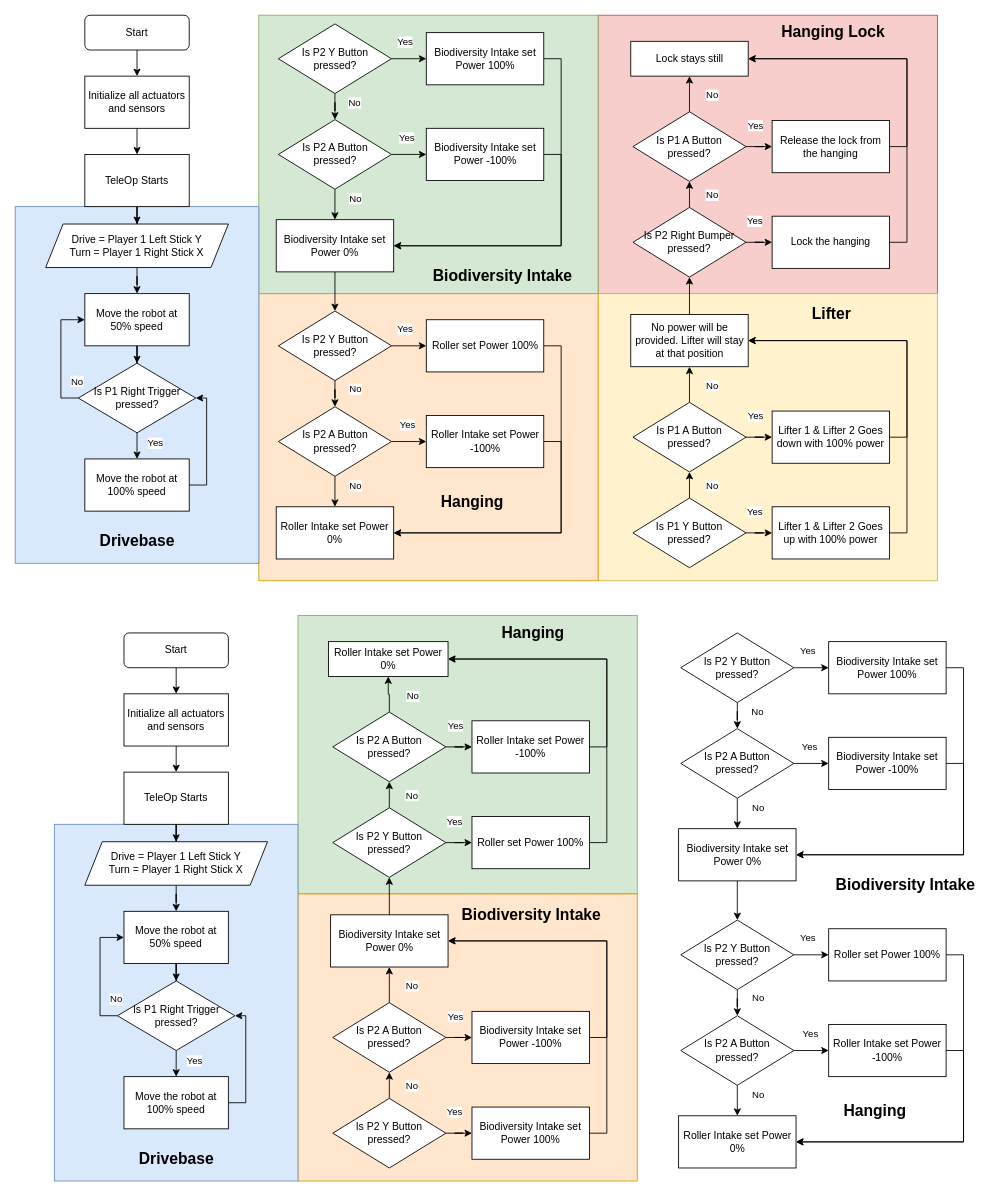
The draw.io diagram Untitled Diagram.drawio in CoderAhza/FTC-FGC, before the edit. Source tidied: cells renumbered, new cells numbered last; positions are measured from the earlier drawing's top-left corner, leaving out a move shared by most shapes. Both pictures are drawn from the tidied source at 87%, with x=0, y=0 at pixel (15, 15).
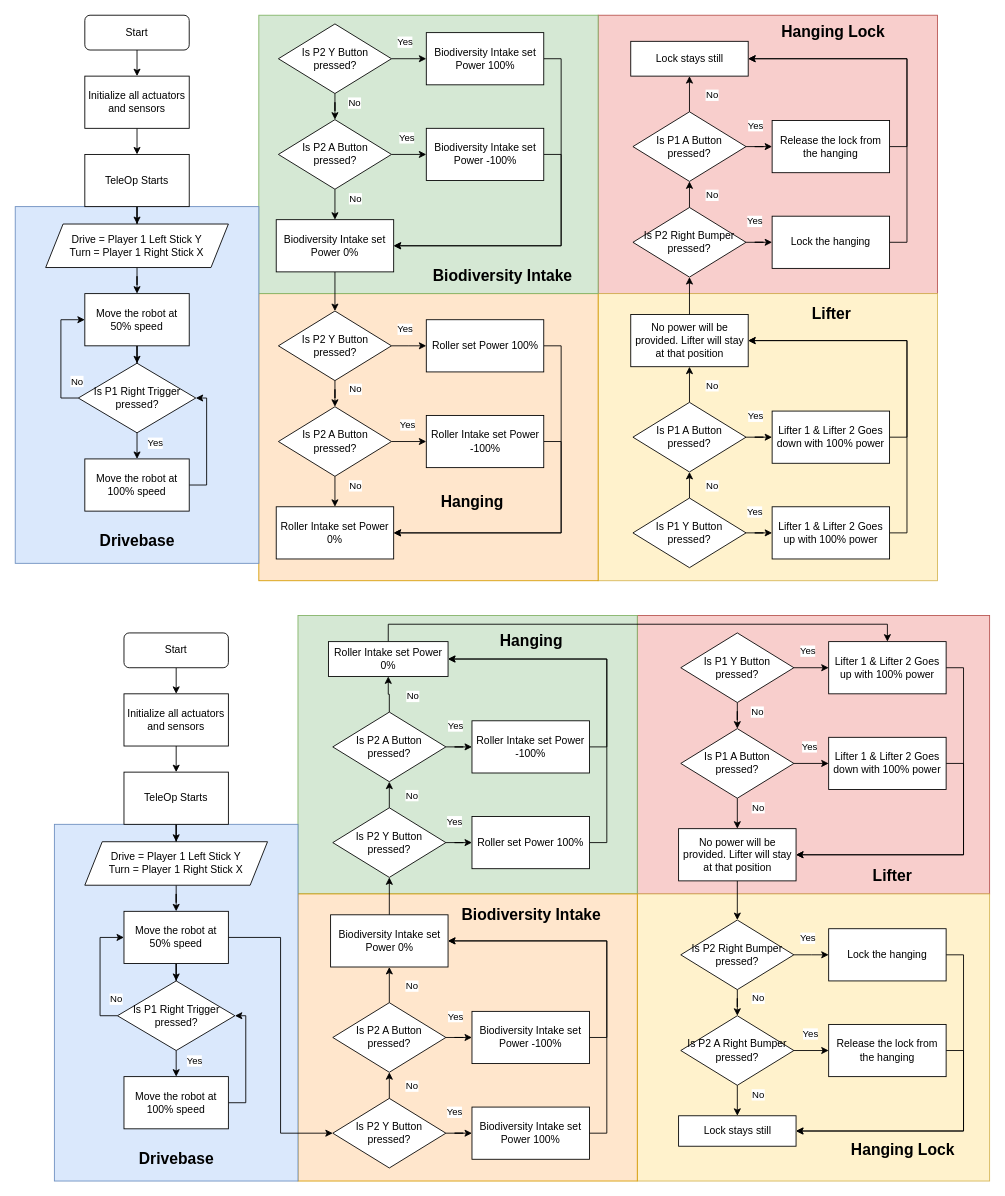
The same page after the edit.

Unchanged cells that the change refers to:
```xml
<mxCell id="104" value="Move the robot at 50% speed" style="rounded=0;whiteSpace=wrap;html=1;" parent="1" vertex="1">
  <mxGeometry x="125" y="1030" width="120" height="60" as="geometry" />
</mxCell>
<mxCell id="117" value="Is P2 Y Button pressed?" style="rhombus;whiteSpace=wrap;html=1;" parent="1" vertex="1">
  <mxGeometry x="365" y="1245" width="130" height="80" as="geometry" />
</mxCell>
<mxCell id="144" value="Roller Intake set Power 0%" style="rounded=0;whiteSpace=wrap;html=1;" parent="1" vertex="1">
  <mxGeometry x="360" y="720" width="137.5" height="40" as="geometry" />
</mxCell>
```

Change to the diagram source:
```diff
@@
+    <mxCell id="180" style="rounded=0;whiteSpace=wrap;html=1;fillColor=#f8cecc;strokeColor=#b85450;" parent="1" vertex="1">
+      <mxGeometry x="715" y="690" width="405" height="320" as="geometry" />
+    </mxCell>
+    <mxCell id="181" style="rounded=0;whiteSpace=wrap;html=1;fillColor=#fff2cc;strokeColor=#d6b656;" parent="1" vertex="1">
+      <mxGeometry x="715" y="1010" width="405" height="330" as="geometry" />
+    </mxCell>
@@
+    <mxCell id="182" style="edgeStyle=orthogonalEdgeStyle;rounded=0;jettySize=auto;html=1;exitX=1;exitY=0.5;exitDx=0;exitDy=0;entryX=0;entryY=0.5;entryDx=0;entryDy=0;" parent="1" edge="1" source="104" target="117">
+      <mxGeometry relative="1" as="geometry" />
+    </mxCell>
@@
+    <mxCell id="183" style="edgeStyle=orthogonalEdgeStyle;rounded=0;jettySize=auto;html=1;exitX=0.5;exitY=0;exitDx=0;exitDy=0;entryX=0.5;entryY=0;entryDx=0;entryDy=0;" parent="1" edge="1" source="144" target="159">
+      <mxGeometry relative="1" as="geometry" />
+    </mxCell>
@@
     <mxCell id="145" value="&lt;span style=&quot;font-size: 18px;&quot;&gt;&lt;b&gt;Hanging&lt;/b&gt;&lt;/span&gt;" style="text;html=1;align=center;verticalAlign=middle;strokeColor=none;fillColor=none;" parent="1" vertex="1">
-      <mxGeometry x="545" y="690" width="100" height="40" as="geometry" />
+      <mxGeometry x="542.5" y="700" width="100" height="40" as="geometry" />
     </mxCell>
@@
-    <mxCell id="150" value="Is P2 Y Button pressed?" style="rhombus;whiteSpace=wrap;html=1;" parent="1" vertex="1">
+    <mxCell id="150" value="Is P1 Y Button pressed?" style="rhombus;whiteSpace=wrap;html=1;" parent="1" vertex="1">
       <mxGeometry x="765" y="710" width="130" height="80" as="geometry" />
     </mxCell>
@@
-    <mxCell id="155" value="Is P2 A Button pressed?" style="rhombus;whiteSpace=wrap;html=1;" parent="1" vertex="1">
+    <mxCell id="155" value="Is P1 A Button pressed?" style="rhombus;whiteSpace=wrap;html=1;" parent="1" vertex="1">
       <mxGeometry x="765" y="820" width="130" height="80" as="geometry" />
     </mxCell>
@@
-    <mxCell id="157" value="Biodiversity Intake set Power 0%" style="rounded=0;whiteSpace=wrap;html=1;" parent="1" vertex="1">
+    <mxCell id="157" value="No power will be provided. Lifter will stay at that position" style="rounded=0;whiteSpace=wrap;html=1;" parent="1" vertex="1">
       <mxGeometry x="762.5" y="935" width="135" height="60" as="geometry" />
     </mxCell>
@@
-    <mxCell id="159" value="Biodiversity Intake set Power 100%" style="rounded=0;whiteSpace=wrap;html=1;" parent="1" vertex="1">
+    <mxCell id="159" value="Lifter 1 &amp;amp; Lifter 2 Goes up with 100% power" style="rounded=0;whiteSpace=wrap;html=1;" parent="1" vertex="1">
       <mxGeometry x="935" y="720" width="135" height="60" as="geometry" />
     </mxCell>
@@
-    <mxCell id="161" value="Biodiversity Intake set Power -100%" style="rounded=0;whiteSpace=wrap;html=1;" parent="1" vertex="1">
+    <mxCell id="161" value="Lifter 1 &amp;amp; Lifter 2 Goes down with 100% power" style="rounded=0;whiteSpace=wrap;html=1;" parent="1" vertex="1">
       <mxGeometry x="935" y="830" width="135" height="60" as="geometry" />
     </mxCell>
@@
-    <mxCell id="166" value="Is P2 Y Button pressed?" style="rhombus;whiteSpace=wrap;html=1;" parent="1" vertex="1">
+    <mxCell id="166" value="Is P2 Right Bumper pressed?" style="rhombus;whiteSpace=wrap;html=1;" parent="1" vertex="1">
       <mxGeometry x="765" y="1040" width="130" height="80" as="geometry" />
     </mxCell>
@@
-    <mxCell id="171" value="Is P2 A Button pressed?" style="rhombus;whiteSpace=wrap;html=1;" parent="1" vertex="1">
+    <mxCell id="171" value="Is P2 A Right Bumper pressed?" style="rhombus;whiteSpace=wrap;html=1;" parent="1" vertex="1">
       <mxGeometry x="765" y="1150" width="130" height="80" as="geometry" />
     </mxCell>
-    <mxCell id="172" value="Roller Intake set Power 0%" style="rounded=0;whiteSpace=wrap;html=1;" parent="1" vertex="1">
-      <mxGeometry x="762.5" y="1265" width="135" height="60" as="geometry" />
+    <mxCell id="172" value="Lock stays still" style="rounded=0;whiteSpace=wrap;html=1;" parent="1" vertex="1">
+      <mxGeometry x="762.5" y="1265" width="135" height="35" as="geometry" />
     </mxCell>
@@
-    <mxCell id="175" value="Roller Intake set Power -100%" style="rounded=0;whiteSpace=wrap;html=1;" parent="1" vertex="1">
+    <mxCell id="175" value="Release the lock from the hanging" style="rounded=0;whiteSpace=wrap;html=1;" parent="1" vertex="1">
       <mxGeometry x="935" y="1160" width="135" height="60" as="geometry" />
     </mxCell>
-    <mxCell id="176" value="&lt;span style=&quot;font-size: 18px;&quot;&gt;&lt;b&gt;Biodiversity Intake&lt;/b&gt;&lt;/span&gt;" style="text;html=1;align=center;verticalAlign=middle;strokeColor=none;fillColor=none;" parent="1" vertex="1">
-      <mxGeometry x="932.5" y="980" width="180" height="40" as="geometry" />
+    <mxCell id="176" value="&lt;span style=&quot;font-size: 18px;&quot;&gt;&lt;b&gt;Lifter&lt;/b&gt;&lt;/span&gt;" style="text;html=1;align=center;verticalAlign=middle;strokeColor=none;fillColor=none;" parent="1" vertex="1">
+      <mxGeometry x="972.5" y="970" width="70" height="40" as="geometry" />
     </mxCell>
@@
-    <mxCell id="178" value="Roller set Power 100%" style="rounded=0;whiteSpace=wrap;html=1;" parent="1" vertex="1">
+    <mxCell id="178" value="Lock the hanging" style="rounded=0;whiteSpace=wrap;html=1;" parent="1" vertex="1">
       <mxGeometry x="935" y="1050" width="135" height="60" as="geometry" />
     </mxCell>
-    <mxCell id="179" value="&lt;span style=&quot;font-size: 18px;&quot;&gt;&lt;b&gt;Hanging&lt;/b&gt;&lt;/span&gt;" style="text;html=1;align=center;verticalAlign=middle;strokeColor=none;fillColor=none;" parent="1" vertex="1">
-      <mxGeometry x="937.5" y="1240" width="100" height="40" as="geometry" />
+    <mxCell id="179" value="&lt;span style=&quot;font-size: 18px;&quot;&gt;&lt;b&gt;Hanging Lock&lt;/b&gt;&lt;/span&gt;" style="text;html=1;align=center;verticalAlign=middle;strokeColor=none;fillColor=none;" parent="1" vertex="1">
+      <mxGeometry x="950" y="1285" width="140" height="40" as="geometry" />
     </mxCell>
```
